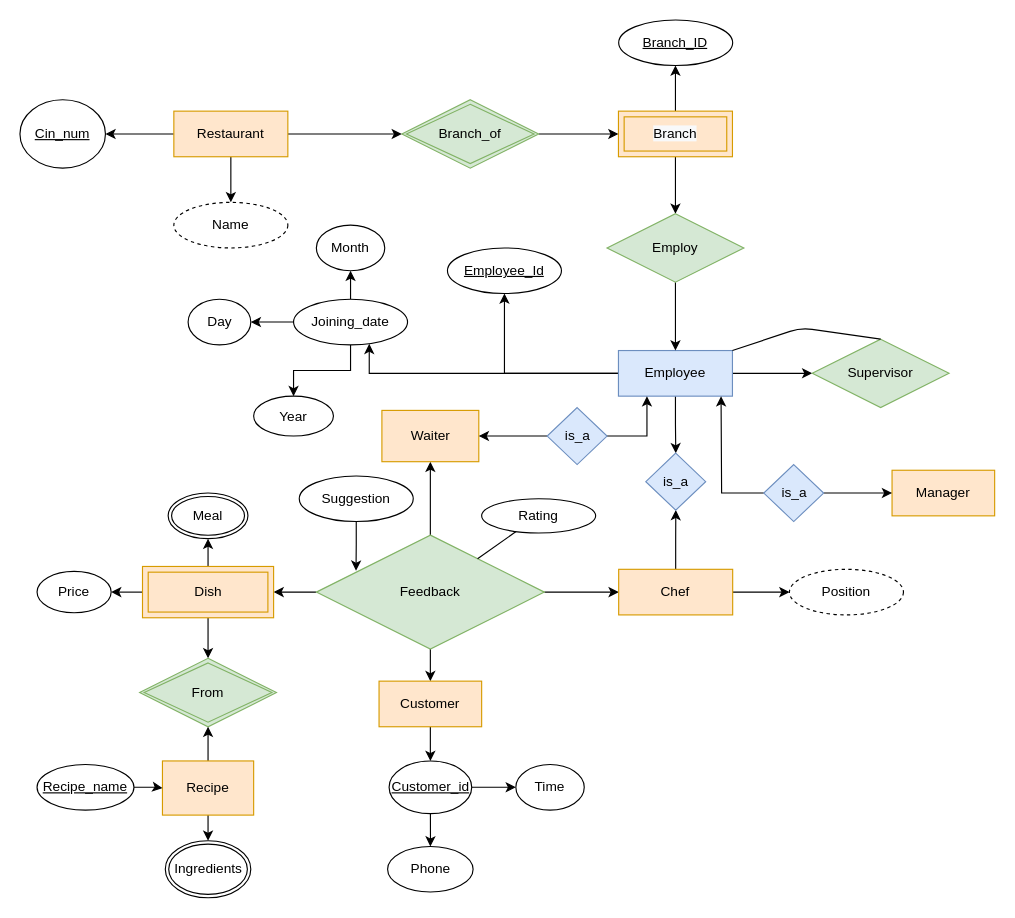
The draw.io diagram Restaurant Ratings.drawio in sarthaka1310/DAA, before the edit. Source tidied: cells renumbered, new cells numbered last; positions are measured from the earlier drawing's top-left corner, leaving out a move shared by most shapes. Both pictures are drawn from the tidied source at 114%, with x=0, y=0 at pixel (19, 19).
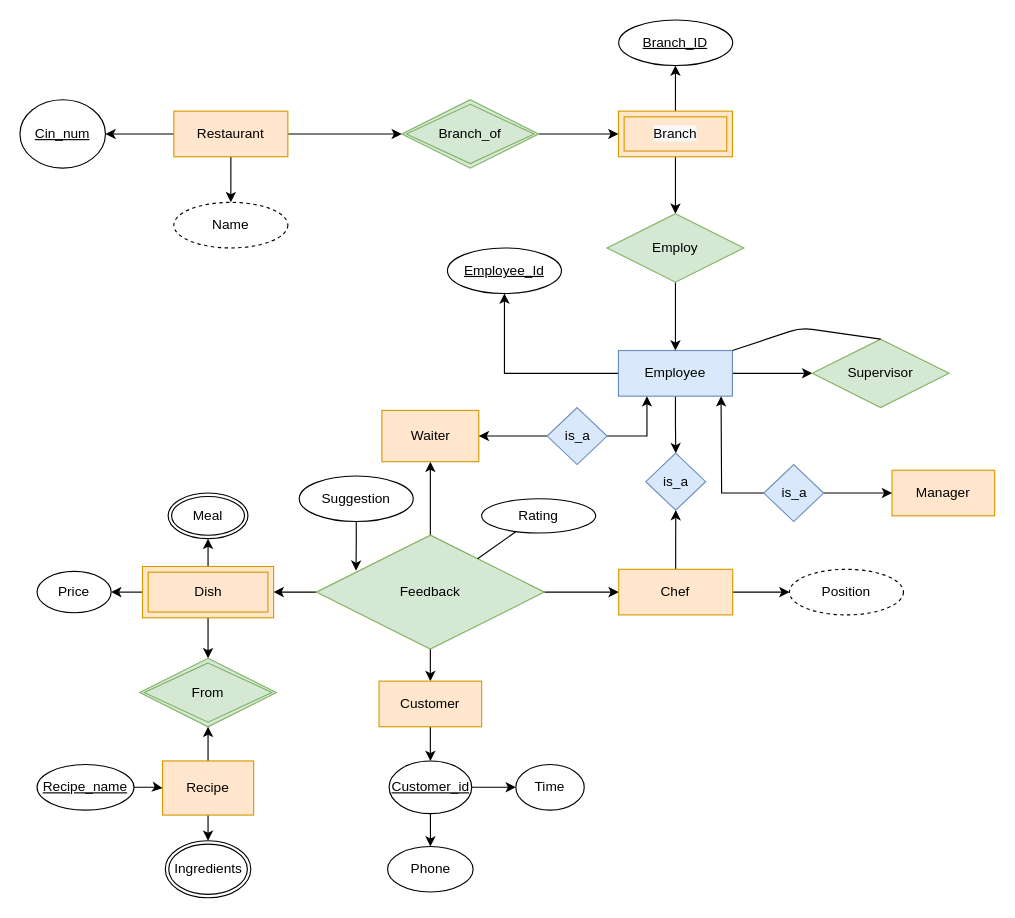
After the change.

The change refers to these unchanged cells:
```xml
<mxCell id="16" value="Employee" style="whiteSpace=wrap;html=1;align=center;fillColor=#dae8fc;strokeColor=#6c8ebf;" parent="1" vertex="1">
  <mxGeometry x="525" y="290" width="100" height="40" as="geometry" />
</mxCell>
```

The edit, as a diff of the source:
```diff
@@
-    <mxCell id="14" style="edgeStyle=orthogonalEdgeStyle;rounded=0;jettySize=auto;html=1;entryX=0.664;entryY=0.978;entryDx=0;entryDy=0;entryPerimeter=0;" parent="1" edge="1" source="16" target="54">
-      <mxGeometry relative="1" as="geometry" />
-    </mxCell>
@@
-    <mxCell id="51" style="edgeStyle=orthogonalEdgeStyle;rounded=0;jettySize=auto;html=1;" parent="1" edge="1" source="54" target="55">
-      <mxGeometry relative="1" as="geometry" />
-    </mxCell>
-    <mxCell id="52" style="edgeStyle=orthogonalEdgeStyle;rounded=0;jettySize=auto;html=1;" parent="1" edge="1" source="54" target="56">
-      <mxGeometry relative="1" as="geometry" />
-    </mxCell>
-    <mxCell id="53" style="edgeStyle=orthogonalEdgeStyle;rounded=0;jettySize=auto;html=1;" parent="1" edge="1" source="54" target="57">
-      <mxGeometry relative="1" as="geometry" />
-    </mxCell>
-    <mxCell id="54" value="Joining_date" style="ellipse;whiteSpace=wrap;html=1;align=center;" parent="1" vertex="1">
-      <mxGeometry x="240" y="245" width="100" height="40" as="geometry" />
-    </mxCell>
-    <mxCell id="55" value="Day" style="ellipse;whiteSpace=wrap;html=1;" parent="1" vertex="1">
-      <mxGeometry x="147.5" y="245" width="55" height="40" as="geometry" />
-    </mxCell>
-    <mxCell id="56" value="Month" style="ellipse;whiteSpace=wrap;html=1;" parent="1" vertex="1">
-      <mxGeometry x="260" y="180" width="60" height="40" as="geometry" />
-    </mxCell>
-    <mxCell id="57" value="Year" style="ellipse;whiteSpace=wrap;html=1;" parent="1" vertex="1">
-      <mxGeometry x="205" y="330" width="70" height="35" as="geometry" />
-    </mxCell>
```
